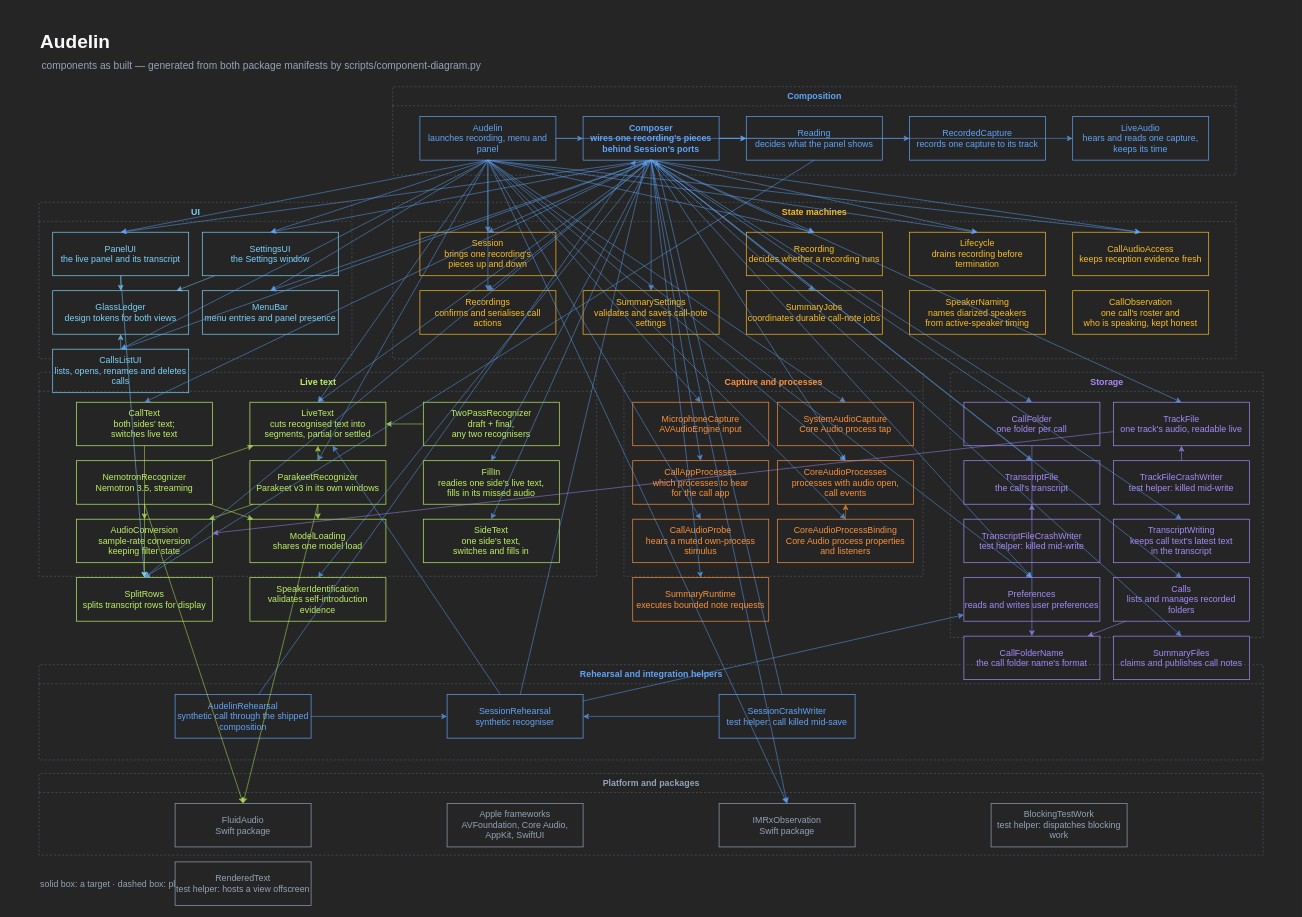
This is audelin/docs/live-text.drawio from igor1309/ai-labs, a draw.io file, before an edit. Source tidied: cells renumbered, new cells numbered last; positions are measured from the earlier drawing's top-left corner, leaving out a move shared by most shapes. Both pictures are drawn from the tidied source at 68%, with x=0, y=0 at pixel (12, 12).
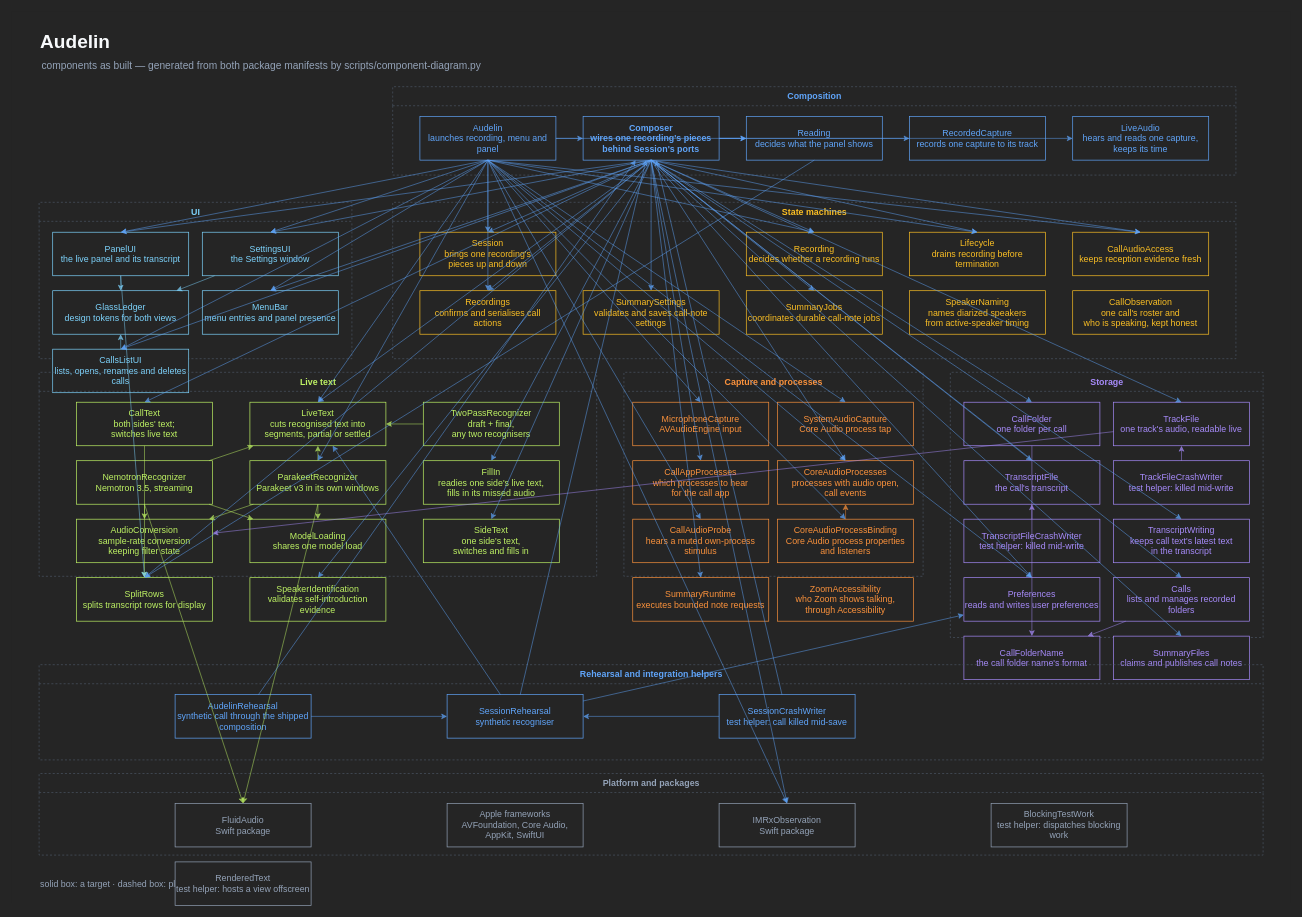
The same page after the edit.

Commit message (it also covers changes not shown here):
audelin: ZoomAccessibility reads who Zoom shows talking; spike answered on a real meeting (LAB-1123)

The change refers to these unchanged cells:
```xml
<mxCell id="10" value="Capture and processes" style="swimlane;startSize=28;rounded=0;html=1;fillColor=none;strokeColor=#4b5563;dashed=1;fontSize=13;fontColor=#fb923c;" parent="2" vertex="1">
  <mxGeometry x="900" y="530" width="440" height="300" as="geometry" />
</mxCell>
```

What changed in the source:
```diff
@@
+    <mxCell id="148" value="ZoomAccessibility&#10;who Zoom shows talking,&#10;through Accessibility" style="rounded=0;whiteSpace=wrap;html=1;fillColor=#252525;strokeColor=#fb923c;fontColor=#fb923c;fontSize=13;" parent="10" vertex="1">
+      <mxGeometry x="226" y="302" width="200" height="64" as="geometry" />
+    </mxCell>
```
